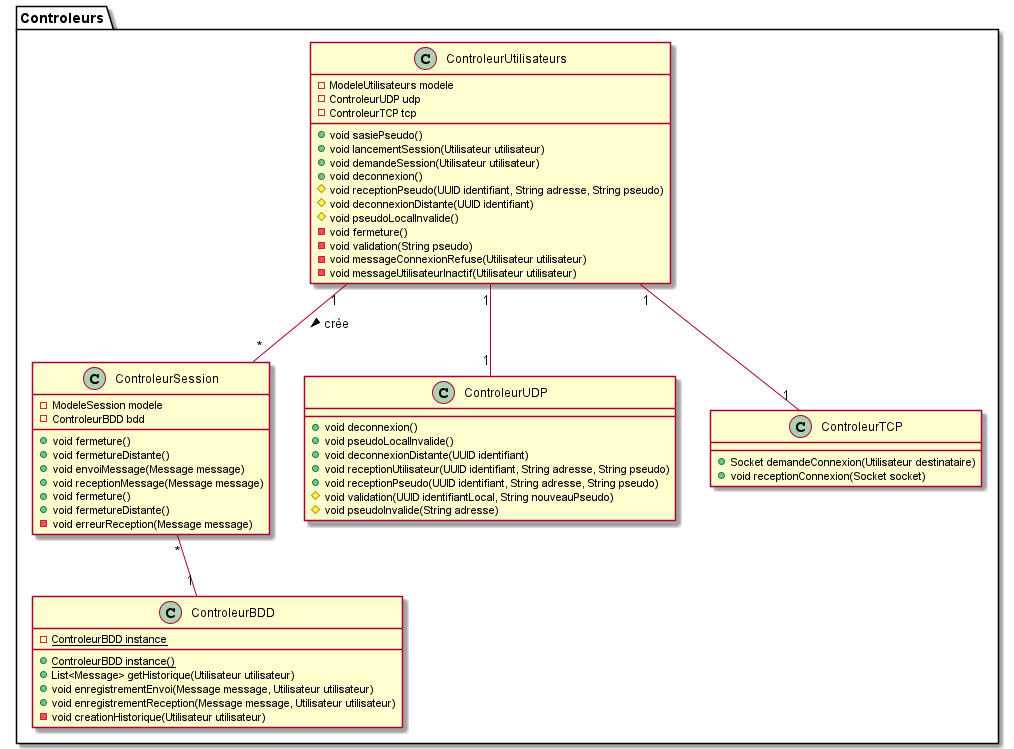
arc-hugo/clavardage_uml keeps this PlantUML diagram as classe/controleurs.png. Above is the earlier version. Its diagram source:
```plantuml
@startuml controleurs
package "Controleurs" {
    class ControleurUtilisateurs {
        - ModeleUtilisateurs modele
        - ControleurUDP udp
        - ControleurTCP tcp
        + void sasiePseudo()
        + void lancementSession(Utilisateur utilisateur)
        + void demandeSession(Utilisateur utilisateur)
        + void deconnexion()
        # void receptionPseudo(UUID identifiant, String adresse, String pseudo)
        # void deconnexionDistante(UUID identifiant)
        # void pseudoLocalInvalide()
        - void fermeture()
        - void validation(String pseudo)
        - void messageConnexionRefuse(Utilisateur utilisateur)
        - void messageUtilisateurInactif(Utilisateur utilisateur)
    }
    class ControleurSession {
        - ModeleSession modele
        - ControleurBDD bdd
        + void fermeture()
        + void fermetureDistante()
        + void envoiMessage(Message message)
        + void receptionMessage(Message message)
        + void fermeture()
        + void fermetureDistante()
        - void erreurReception(Message message)
    }
    class ControleurUDP {
        + void deconnexion()
        + void pseudoLocalInvalide()
        + void deconnexionDistante(UUID identifiant)
        + void receptionUtilisateur(UUID identifiant, String adresse, String pseudo)
        + void receptionPseudo(UUID identifiant, String adresse, String pseudo)
        # void validation(UUID identifiantLocal, String nouveauPseudo)
        # void pseudoInvalide(String adresse)
    }
    class ControleurTCP {
        + Socket demandeConnexion(Utilisateur destinataire)
        + void receptionConnexion(Socket socket)
    }
    class ControleurBDD {
        - {static} ControleurBDD instance
        + {static} ControleurBDD instance()
        + List<Message> getHistorique(Utilisateur utilisateur)
        + void enregistrementEnvoi(Message message, Utilisateur utilisateur)
        + void enregistrementReception(Message message, Utilisateur utilisateur)
        - void creationHistorique(Utilisateur utilisateur)
    }

    ControleurUtilisateurs "1" -- "1" ControleurUDP
    ControleurUtilisateurs "1" -- "1" ControleurTCP
    ControleurUtilisateurs "1" -- "*" ControleurSession : crée >

    ControleurSession "*" -- "1" ControleurBDD
}
@enduml
```
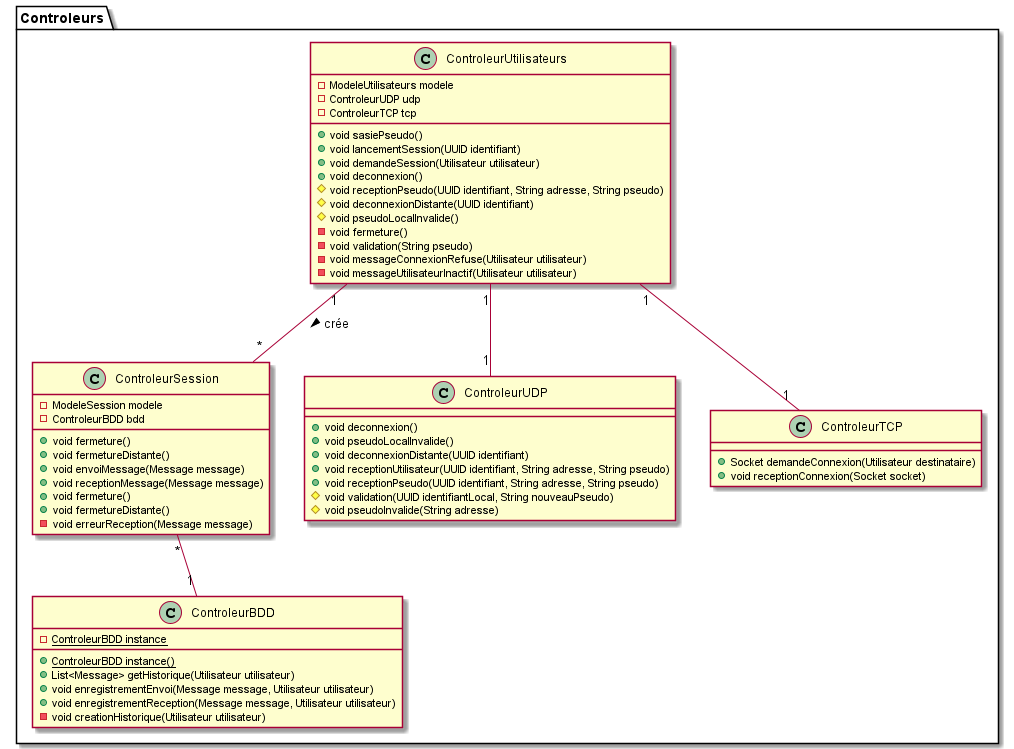
Above is the later version.

Commit message:
correction paramètres

Change to the diagram source:
```diff
@@ -5,7 +5,7 @@
         - ControleurUDP udp
         - ControleurTCP tcp
         + void sasiePseudo()
-        + void lancementSession(Utilisateur utilisateur)
+        + void lancementSession(UUID identifiant)
         + void demandeSession(Utilisateur utilisateur)
         + void deconnexion()
         # void receptionPseudo(UUID identifiant, String adresse, String pseudo)
```
